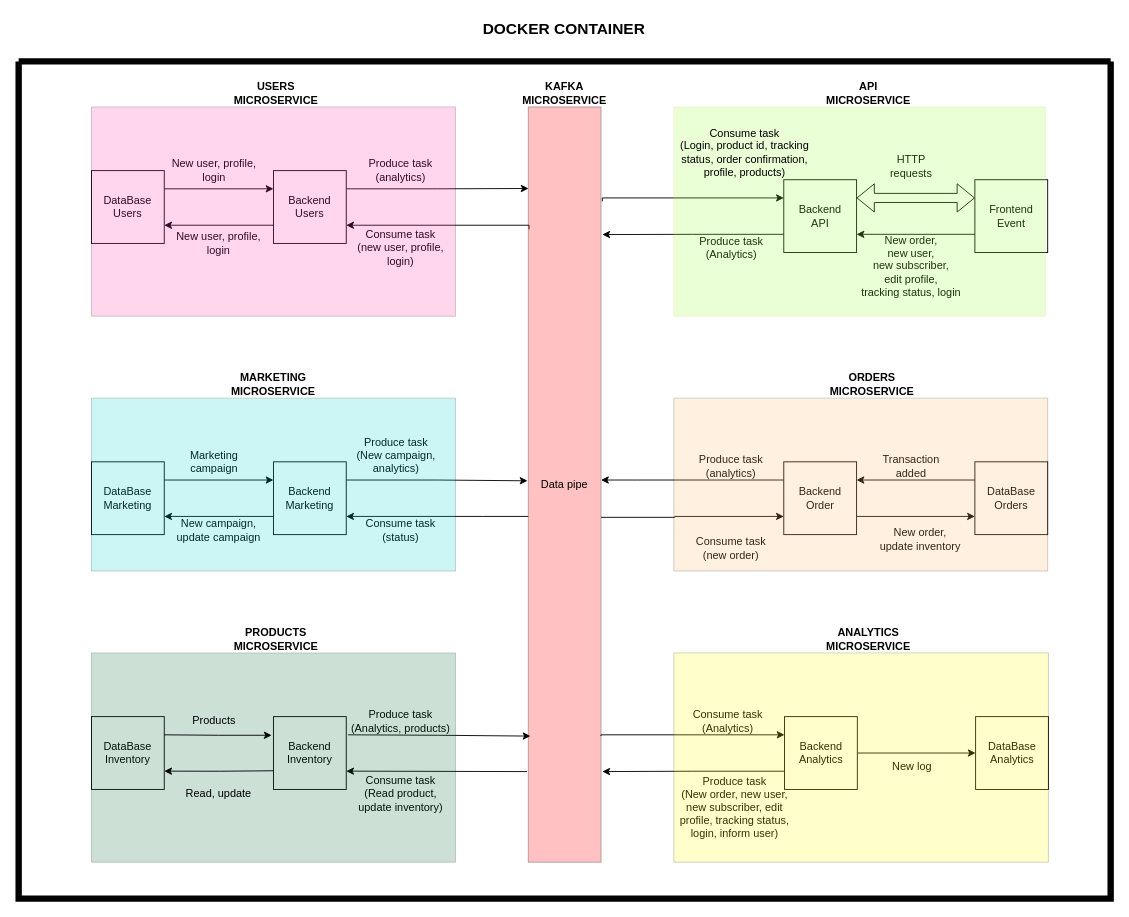
This is blob/Overview.drawio from RomanW05/ecommerce, a draw.io file, before an edit. Source tidied: cells renumbered, new cells numbered last; positions are measured from the earlier drawing's top-left corner, leaving out a move shared by most shapes. Both pictures are drawn from the tidied source at 91%, with x=0, y=0 at pixel (18, 15).
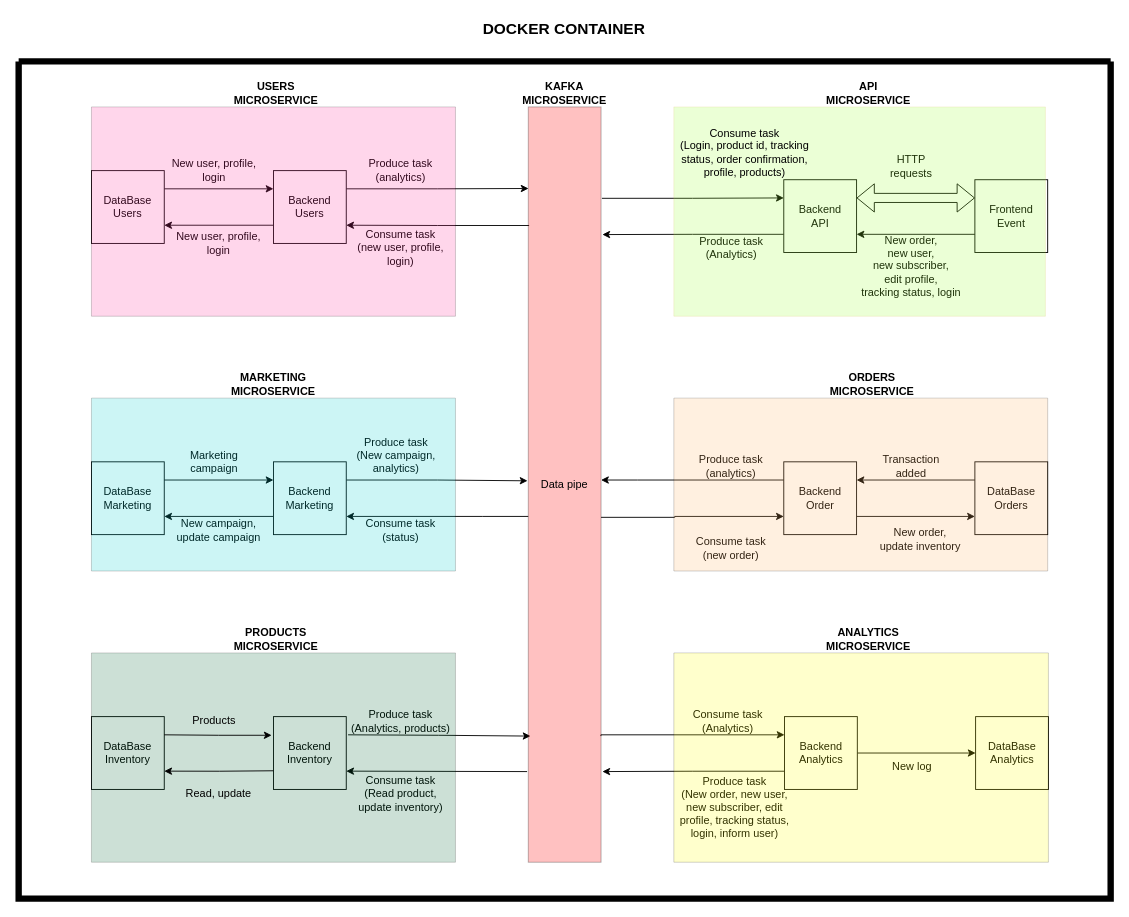
After the change.

The change refers to these unchanged cells:
```xml
<mxCell id="5" value="&lt;div&gt;Backend&lt;/div&gt;&lt;div&gt;API&lt;br&gt;&lt;/div&gt;" style="whiteSpace=wrap;html=1;" parent="1" vertex="1">
  <mxGeometry x="840.8" y="180" width="80" height="80" as="geometry" />
</mxCell>
<mxCell id="12" value="Data pipe" style="rounded=0;whiteSpace=wrap;html=1;gradientColor=none;fillColor=#FF3333;opacity=30;direction=south;" parent="1" vertex="1">
  <mxGeometry x="560" y="100" width="80" height="830" as="geometry" />
</mxCell>
```

The edit, as a diff of the source:
```diff
@@
-    <mxCell id="7" style="edgeStyle=orthogonalEdgeStyle;rounded=0;jettySize=auto;html=1;exitX=0.162;exitY=0.989;exitDx=0;exitDy=0;exitPerimeter=0;" parent="1" edge="1" source="12">
+    <mxCell id="7" style="edgeStyle=orthogonalEdgeStyle;rounded=0;jettySize=auto;html=1;exitX=0.157;exitY=0.988;exitDx=0;exitDy=0;exitPerimeter=0;" parent="1" edge="1" source="12">
       <mxGeometry relative="1" as="geometry">
         <mxPoint x="360" y="230" as="targetPoint" />
-        <Array as="points">
-          <mxPoint x="561" y="230" />
-        </Array>
       </mxGeometry>
     </mxCell>
-    <mxCell id="8" style="edgeStyle=orthogonalEdgeStyle;rounded=0;jettySize=auto;html=1;exitX=0.125;exitY=-0.018;exitDx=0;exitDy=0;entryX=0;entryY=0.25;entryDx=0;entryDy=0;exitPerimeter=0;" parent="1" edge="1" source="12" target="5">
-      <mxGeometry relative="1" as="geometry">
-        <Array as="points">
-          <mxPoint x="641" y="200" />
-        </Array>
-      </mxGeometry>
+    <mxCell id="8" style="edgeStyle=orthogonalEdgeStyle;rounded=0;jettySize=auto;html=1;exitX=0.121;exitY=-0.012;exitDx=0;exitDy=0;entryX=0;entryY=0.25;entryDx=0;entryDy=0;exitPerimeter=0;" parent="1" edge="1" source="12" target="5">
+      <mxGeometry relative="1" as="geometry" />
     </mxCell>
```
